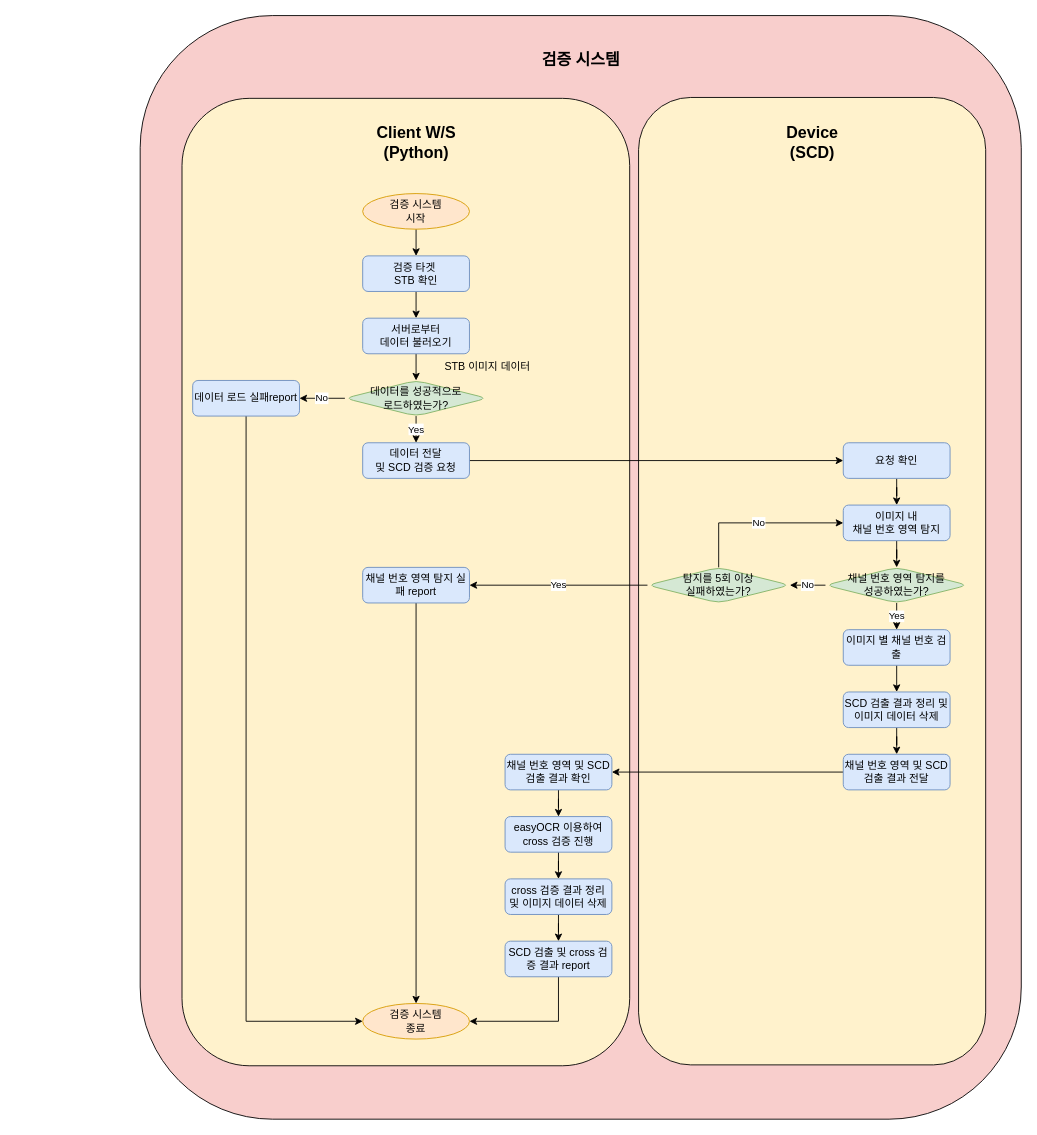
Above: flowChart_TAS.drawio in shula2/flow_chart (draw.io), before the change. Source tidied: cells renumbered, new cells numbered last; positions are measured from the earlier drawing's top-left corner, leaving out a move shared by most shapes. Both pictures are drawn from the tidied source at 89%, with x=0, y=0 at pixel (140, 15).
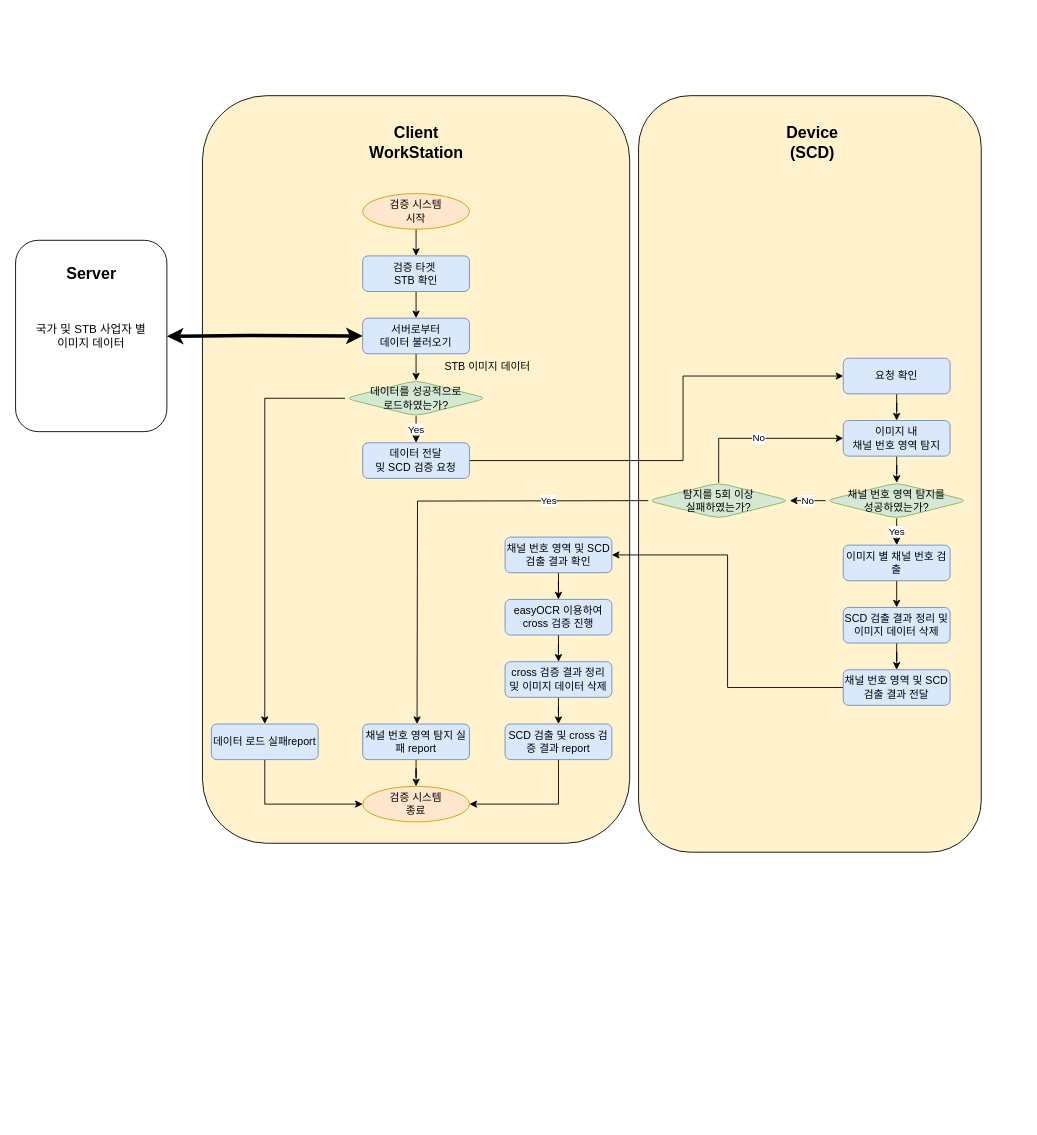
After the change.

Unchanged cells that the change refers to:
```xml
<mxCell id="10" value="서버로부터&lt;div&gt;데이터 불러오기&lt;/div&gt;" style="rounded=1;whiteSpace=wrap;html=1;fontSize=12;glass=0;strokeWidth=1;shadow=0;fillColor=#dae8fc;strokeColor=#6c8ebf;" parent="1" vertex="1">
  <mxGeometry x="250" y="340" width="120" height="40" as="geometry" />
</mxCell>
<mxCell id="13" value="데이터를 성공적으로&lt;div&gt;로드하였는가?&lt;/div&gt;" style="rhombus;whiteSpace=wrap;html=1;rounded=1;fillColor=#d5e8d4;strokeColor=#82b366;" parent="1" vertex="1">
  <mxGeometry x="230" y="410" width="160" height="40" as="geometry" />
</mxCell>
<mxCell id="15" value="&lt;div&gt;데이터 전달&lt;/div&gt;&lt;div&gt;및&amp;nbsp;&lt;span style=&quot;background-color: transparent; color: light-dark(rgb(0, 0, 0), rgb(255, 255, 255));&quot;&gt;SCD 검증 요청&lt;/span&gt;&lt;/div&gt;" style="rounded=1;whiteSpace=wrap;html=1;fontSize=12;glass=0;strokeWidth=1;shadow=0;fillColor=#dae8fc;strokeColor=#6c8ebf;" parent="1" vertex="1">
  <mxGeometry x="250" y="480" width="120" height="40" as="geometry" />
</mxCell>
```

What changed in the source:
```diff
@@
-    <mxCell id="2" style="rounded=1;whiteSpace=wrap;html=1;fillColor=#f8cecc;strokeColor=#000000;" parent="1" vertex="1">
-      <mxGeometry width="990" height="1240" as="geometry" />
-    </mxCell>
     <mxCell id="3" style="rounded=1;whiteSpace=wrap;html=1;fillColor=#fff2cc;strokeColor=#000000;" parent="1" vertex="1">
-      <mxGeometry x="560" y="92" width="390" height="1087" as="geometry" />
+      <mxGeometry x="560" y="90" width="385" height="850" as="geometry" />
     </mxCell>
     <mxCell id="4" style="rounded=1;whiteSpace=wrap;html=1;fillColor=#fff2cc;strokeColor=#000000;" parent="1" vertex="1">
-      <mxGeometry x="47" y="93" width="503" height="1087" as="geometry" />
+      <mxGeometry x="70" y="90" width="480" height="840" as="geometry" />
     </mxCell>
@@
+    <mxCell id="12" value="Yes" style="edgeStyle=orthogonalEdgeStyle;rounded=0;jettySize=auto;html=1;exitX=0.5;exitY=1;exitDx=0;exitDy=0;" parent="1" edge="1" source="13" target="15">
+      <mxGeometry relative="1" as="geometry" />
+    </mxCell>
-    <mxCell id="11" value="No" style="edgeStyle=orthogonalEdgeStyle;rounded=0;jettySize=auto;html=1;exitX=0;exitY=0.5;exitDx=0;exitDy=0;entryX=1;entryY=0.5;entryDx=0;entryDy=0;" parent="1" edge="1" source="13" target="26">
+    <mxCell id="11" style="edgeStyle=orthogonalEdgeStyle;rounded=0;jettySize=auto;html=1;exitX=0;exitY=0.5;exitDx=0;exitDy=0;entryX=0.5;entryY=0;entryDx=0;entryDy=0;" parent="1" edge="1" source="13" target="26">
       <mxGeometry relative="1" as="geometry" />
     </mxCell>
-    <mxCell id="12" value="Yes" style="edgeStyle=orthogonalEdgeStyle;rounded=0;jettySize=auto;html=1;exitX=0.5;exitY=1;exitDx=0;exitDy=0;" parent="1" edge="1" source="13" target="15">
-      <mxGeometry relative="1" as="geometry" />
-    </mxCell>
@@
-    <mxCell id="14" style="edgeStyle=orthogonalEdgeStyle;rounded=0;jettySize=auto;html=1;exitX=1;exitY=0.5;exitDx=0;exitDy=0;" parent="1" edge="1" source="15" target="17">
-      <mxGeometry relative="1" as="geometry" />
+    <mxCell id="14" style="edgeStyle=orthogonalEdgeStyle;rounded=0;jettySize=auto;html=1;exitX=1;exitY=0.5;exitDx=0;exitDy=0;entryX=0;entryY=0.5;entryDx=0;entryDy=0;" parent="1" edge="1" source="15" target="17">
+      <mxGeometry relative="1" as="geometry">
+        <Array as="points">
+          <mxPoint x="610" y="500" />
+          <mxPoint x="610" y="405" />
+        </Array>
+      </mxGeometry>
     </mxCell>
@@
     <mxCell id="17" value="요청 확인" style="rounded=1;whiteSpace=wrap;html=1;fontSize=12;glass=0;strokeWidth=1;shadow=0;fillColor=#dae8fc;strokeColor=#6c8ebf;" parent="1" vertex="1">
-      <mxGeometry x="790" y="480" width="120" height="40" as="geometry" />
+      <mxGeometry x="790" y="385" width="120" height="40" as="geometry" />
     </mxCell>
@@
     <mxCell id="19" value="&lt;div&gt;이미지 내&lt;/div&gt;채널 번호 영역 탐지" style="rounded=1;whiteSpace=wrap;html=1;fontSize=12;glass=0;strokeWidth=1;shadow=0;fillColor=#dae8fc;strokeColor=#6c8ebf;" parent="1" vertex="1">
-      <mxGeometry x="790" y="550" width="120" height="40" as="geometry" />
+      <mxGeometry x="790" y="455" width="120" height="40" as="geometry" />
     </mxCell>
@@
     <mxCell id="23" value="채널 번호 영역 탐지를&lt;div&gt;성공하였는가?&lt;/div&gt;" style="rhombus;whiteSpace=wrap;html=1;rounded=1;fillColor=#d5e8d4;strokeColor=#82b366;" parent="1" vertex="1">
-      <mxGeometry x="770" y="620" width="160" height="40" as="geometry" />
+      <mxGeometry x="770" y="525" width="160" height="40" as="geometry" />
     </mxCell>
     <mxCell id="24" value="&lt;div&gt;검증 시스템&lt;/div&gt;&lt;div&gt;종료&lt;/div&gt;" style="ellipse;whiteSpace=wrap;html=1;fillColor=#ffe6cc;strokeColor=#d79b00;" parent="1" vertex="1">
-      <mxGeometry x="250" y="1110" width="120" height="40" as="geometry" />
+      <mxGeometry x="250" y="866" width="120" height="40" as="geometry" />
     </mxCell>
@@
     <mxCell id="26" value="데이터 로드 실패report" style="rounded=1;whiteSpace=wrap;html=1;fontSize=12;glass=0;strokeWidth=1;shadow=0;fillColor=#dae8fc;strokeColor=#6c8ebf;" parent="1" vertex="1">
-      <mxGeometry x="59" y="410" width="120" height="40" as="geometry" />
+      <mxGeometry x="80" y="796" width="120" height="40" as="geometry" />
     </mxCell>
-    <mxCell id="27" value="검증 시스템" style="text;html=1;align=center;verticalAlign=middle;strokeColor=none;fillColor=none;fontSize=18;fontStyle=1;" parent="1" vertex="1">
-      <mxGeometry x="435" y="30" width="120" height="40" as="geometry" />
-    </mxCell>
@@
-    <mxCell id="29" value="Yes" style="edgeStyle=orthogonalEdgeStyle;rounded=0;jettySize=auto;html=1;exitX=0;exitY=0.5;exitDx=0;exitDy=0;" parent="1" edge="1" source="31" target="35">
-      <mxGeometry relative="1" as="geometry" />
+    <mxCell id="29" value="Yes" style="edgeStyle=orthogonalEdgeStyle;rounded=0;orthogonalLoop=1;jettySize=auto;html=1;exitX=0;exitY=0.5;exitDx=0;exitDy=0;" parent="1" edge="1">
+      <mxGeometry x="-0.56" relative="1" as="geometry">
+        <mxPoint x="571" y="545" as="sourcePoint" />
+        <mxPoint x="311.1" y="796" as="targetPoint" />
+      </mxGeometry>
     </mxCell>
@@
     <mxCell id="31" value="탐지를 5회 이상&lt;div&gt;실패하였는가?&lt;/div&gt;" style="rhombus;whiteSpace=wrap;html=1;rounded=1;fillColor=#d5e8d4;strokeColor=#82b366;" parent="1" vertex="1">
-      <mxGeometry x="570" y="620" width="160" height="40" as="geometry" />
+      <mxGeometry x="570" y="525" width="160" height="40" as="geometry" />
     </mxCell>
@@
     <mxCell id="33" value="이미지 별 채널 번호 검출" style="rounded=1;whiteSpace=wrap;html=1;fontSize=12;glass=0;strokeWidth=1;shadow=0;fillColor=#dae8fc;strokeColor=#6c8ebf;" parent="1" vertex="1">
-      <mxGeometry x="790" y="690" width="120" height="40" as="geometry" />
+      <mxGeometry x="790" y="595" width="120" height="40" as="geometry" />
     </mxCell>
@@
     <mxCell id="35" value="채널 번호 영역 탐지 실패 report" style="rounded=1;whiteSpace=wrap;html=1;fontSize=12;glass=0;strokeWidth=1;shadow=0;fillColor=#dae8fc;strokeColor=#6c8ebf;" parent="1" vertex="1">
-      <mxGeometry x="250" y="620" width="120" height="40" as="geometry" />
+      <mxGeometry x="250" y="796" width="120" height="40" as="geometry" />
     </mxCell>
@@
     <mxCell id="37" value="SCD 검출 결과 정리 및 이미지 데이터 삭제" style="rounded=1;whiteSpace=wrap;html=1;fontSize=12;glass=0;strokeWidth=1;shadow=0;fillColor=#dae8fc;strokeColor=#6c8ebf;" parent="1" vertex="1">
-      <mxGeometry x="790" y="760" width="120" height="40" as="geometry" />
+      <mxGeometry x="790" y="665" width="120" height="40" as="geometry" />
     </mxCell>
@@
     <mxCell id="39" value="채널 번호 영역 및 SCD 검출 결과 확인" style="rounded=1;whiteSpace=wrap;html=1;fontSize=12;glass=0;strokeWidth=1;shadow=0;fillColor=#dae8fc;strokeColor=#6c8ebf;" parent="1" vertex="1">
-      <mxGeometry x="410" y="830" width="120" height="40" as="geometry" />
+      <mxGeometry x="410" y="586" width="120" height="40" as="geometry" />
     </mxCell>
@@
     <mxCell id="41" value="easyOCR 이용하여 cross 검증 진행" style="rounded=1;whiteSpace=wrap;html=1;fontSize=12;glass=0;strokeWidth=1;shadow=0;fillColor=#dae8fc;strokeColor=#6c8ebf;" parent="1" vertex="1">
-      <mxGeometry x="410" y="900" width="120" height="40" as="geometry" />
+      <mxGeometry x="410" y="656" width="120" height="40" as="geometry" />
     </mxCell>
@@
     <mxCell id="43" value="SCD 검출 및 cross 검증 결과 report" style="rounded=1;whiteSpace=wrap;html=1;fontSize=12;glass=0;strokeWidth=1;shadow=0;fillColor=#dae8fc;strokeColor=#6c8ebf;" parent="1" vertex="1">
-      <mxGeometry x="410" y="1040" width="120" height="40" as="geometry" />
+      <mxGeometry x="410" y="796" width="120" height="40" as="geometry" />
     </mxCell>
-    <mxCell id="44" style="edgeStyle=orthogonalEdgeStyle;rounded=0;jettySize=auto;html=1;exitX=0;exitY=0.5;exitDx=0;exitDy=0;" parent="1" edge="1" source="45" target="39">
+    <mxCell id="44" style="edgeStyle=orthogonalEdgeStyle;rounded=0;jettySize=auto;html=1;exitX=0;exitY=0.5;exitDx=0;exitDy=0;entryX=1;entryY=0.5;entryDx=0;entryDy=0;" parent="1" edge="1" source="45" target="39">
       <mxGeometry relative="1" as="geometry" />
     </mxCell>
     <mxCell id="45" value="채널 번호 영역 및 SCD 검출 결과 전달" style="rounded=1;whiteSpace=wrap;html=1;fontSize=12;glass=0;strokeWidth=1;shadow=0;fillColor=#dae8fc;strokeColor=#6c8ebf;" parent="1" vertex="1">
-      <mxGeometry x="790" y="830" width="120" height="40" as="geometry" />
+      <mxGeometry x="790" y="735" width="120" height="40" as="geometry" />
     </mxCell>
@@
     <mxCell id="47" value="cross 검증 결과 정리 및 이미지 데이터 삭제" style="rounded=1;whiteSpace=wrap;html=1;fontSize=12;glass=0;strokeWidth=1;shadow=0;fillColor=#dae8fc;strokeColor=#6c8ebf;" parent="1" vertex="1">
-      <mxGeometry x="410" y="970" width="120" height="40" as="geometry" />
+      <mxGeometry x="410" y="726" width="120" height="40" as="geometry" />
     </mxCell>
-    <mxCell id="48" value="Client W/S&lt;div&gt;(Python)&lt;/div&gt;" style="text;html=1;align=center;verticalAlign=middle;strokeColor=none;fillColor=none;fontSize=18;fontStyle=1;" parent="1" vertex="1">
-      <mxGeometry x="255" y="113" width="110" height="60" as="geometry" />
+    <mxCell id="48" value="Client&lt;div&gt;WorkStation&lt;/div&gt;" style="text;html=1;align=center;verticalAlign=middle;strokeColor=none;fillColor=none;fontSize=18;fontStyle=1;" parent="1" vertex="1">
+      <mxGeometry x="250" y="113" width="120" height="60" as="geometry" />
     </mxCell>
+    <mxCell id="49" value="&lt;font&gt;국가 및 STB 사업자 별&lt;/font&gt;&lt;div&gt;&lt;font&gt;이미지 데이터&lt;/font&gt;&lt;/div&gt;" style="rounded=1;whiteSpace=wrap;html=1;fontSize=13;" parent="1" vertex="1">
+      <mxGeometry x="-140" y="252.5" width="170" height="215" as="geometry" />
+    </mxCell>
+    <mxCell id="50" value="Server" style="text;html=1;align=center;verticalAlign=middle;strokeColor=none;fillColor=none;fontSize=18;fontStyle=1;" parent="1" vertex="1">
+      <mxGeometry x="-95" y="270" width="80" height="40" as="geometry" />
+    </mxCell>
+    <mxCell id="51" style="endArrow=classic;startArrow=classic;html=1;rounded=0;fontStyle=1;fontSize=15;strokeWidth=4;entryX=0;entryY=0.5;entryDx=0;entryDy=0;" parent="1" edge="1" target="10">
+      <mxGeometry relative="1" as="geometry">
+        <mxPoint x="30" y="360.4" as="sourcePoint" />
+        <Array as="points">
+          <mxPoint x="120" y="359.4" />
+        </Array>
+      </mxGeometry>
+    </mxCell>
```
